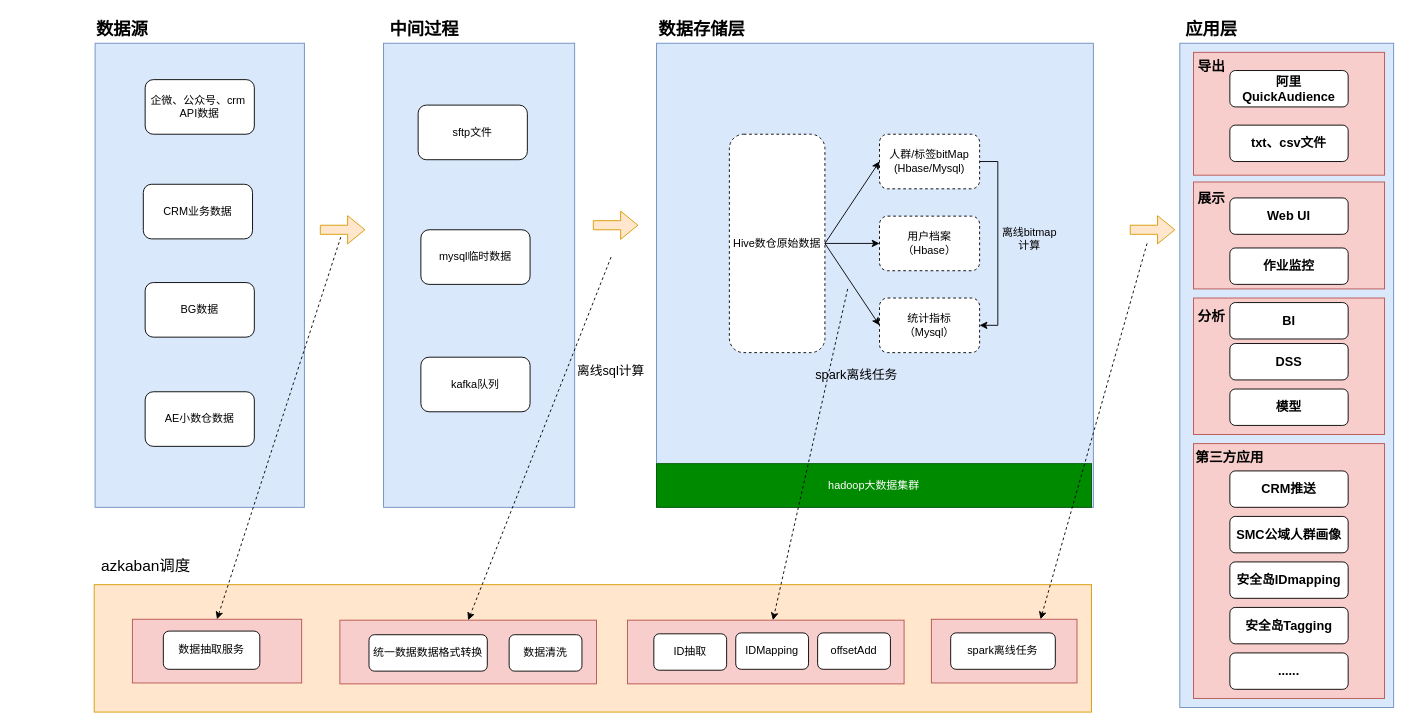
The draw.io diagram 特步CDP数据流图.drawio in DThadch/draw, before the edit. Source tidied: cells renumbered, new cells numbered last; positions are measured from the earlier drawing's top-left corner, leaving out a move shared by most shapes. Both pictures are drawn from the tidied source at 91%, with x=0, y=0 at pixel (82, 15).
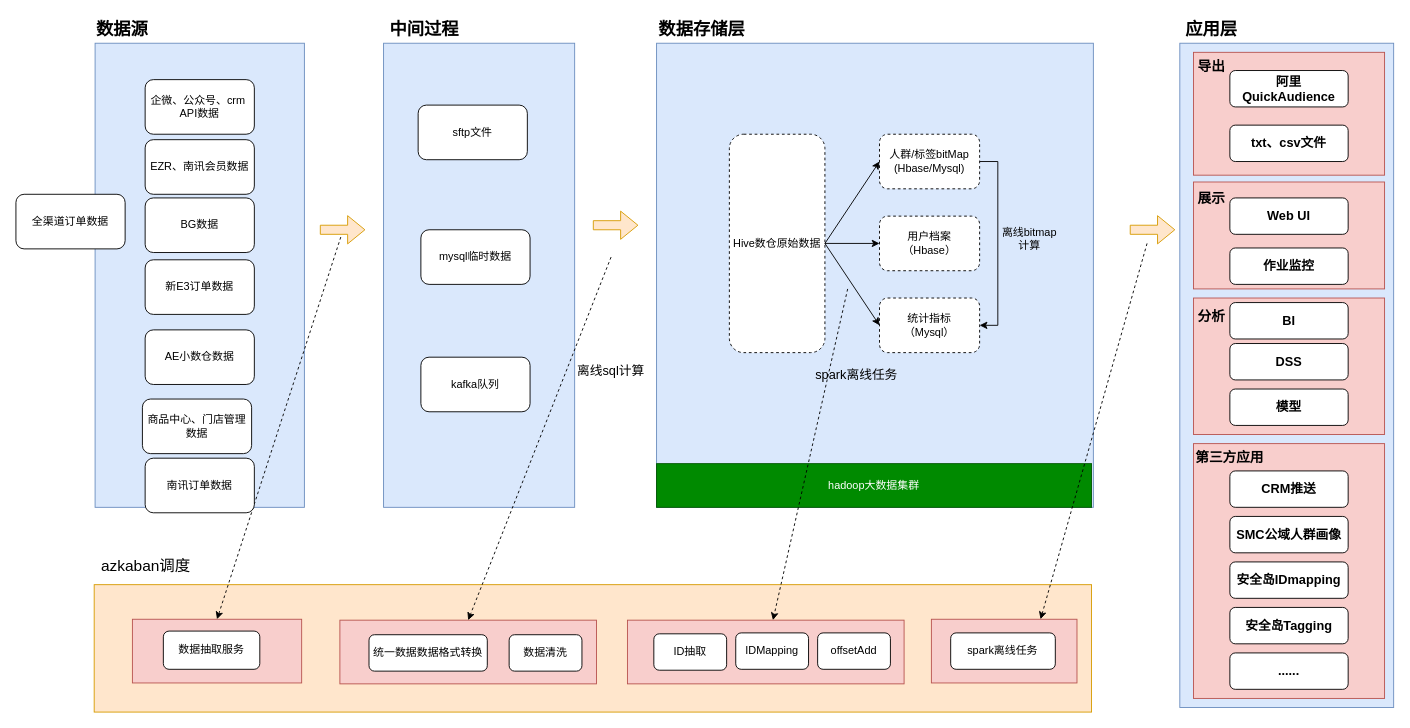
The same page after the edit.

Commit message:
更新特步CDP数据流图.drawio

Change to the diagram source:
```diff
@@
     <mxCell id="7" value="AE小数仓数据" style="rounded=1;whiteSpace=wrap;html=1;" parent="1" vertex="1">
-      <mxGeometry x="69" y="413" width="120" height="60" as="geometry" />
+      <mxGeometry x="69" y="345" width="120" height="60" as="geometry" />
     </mxCell>
     <mxCell id="8" value="BG数据" style="rounded=1;whiteSpace=wrap;html=1;" parent="1" vertex="1">
-      <mxGeometry x="69" y="293" width="120" height="60" as="geometry" />
+      <mxGeometry x="69" y="200" width="120" height="60" as="geometry" />
     </mxCell>
-    <mxCell id="9" value="CRM业务数据" style="rounded=1;whiteSpace=wrap;html=1;" parent="1" vertex="1">
-      <mxGeometry x="67" y="185" width="120" height="60" as="geometry" />
+    <mxCell id="9" value="EZR、南讯会员数据" style="rounded=1;whiteSpace=wrap;html=1;" parent="1" vertex="1">
+      <mxGeometry x="69" y="136" width="120" height="60" as="geometry" />
     </mxCell>
@@
+    <mxCell id="69" value="新E3订单数据" style="rounded=1;whiteSpace=wrap;html=1;" parent="1" vertex="1">
+      <mxGeometry x="69" y="268" width="120" height="60" as="geometry" />
+    </mxCell>
+    <mxCell id="70" value="商品中心、门店管理数据" style="rounded=1;whiteSpace=wrap;html=1;" parent="1" vertex="1">
+      <mxGeometry x="66" y="421" width="120" height="60" as="geometry" />
+    </mxCell>
+    <mxCell id="71" value="南讯订单数据" style="rounded=1;whiteSpace=wrap;html=1;" parent="1" vertex="1">
+      <mxGeometry x="69" y="486" width="120" height="60" as="geometry" />
+    </mxCell>
+    <mxCell id="72" value="全渠道订单数据" style="rounded=1;whiteSpace=wrap;html=1;" parent="1" vertex="1">
+      <mxGeometry x="-73" y="196" width="120" height="60" as="geometry" />
+    </mxCell>
```
